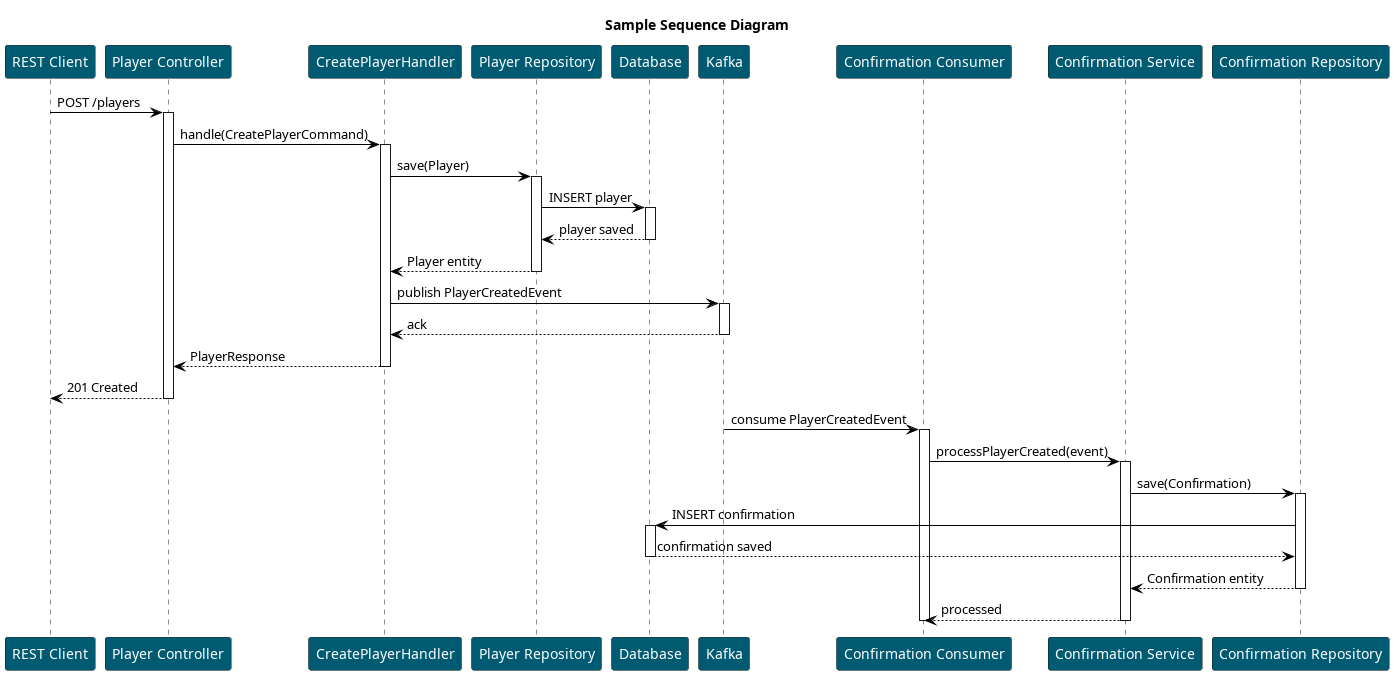
labcabrera/sample-spring-boot-loki-integration keeps this PlantUML diagram as archetype-spring-cloud-stream-vertical/images/sample-sequence.png. Above is the earlier version.
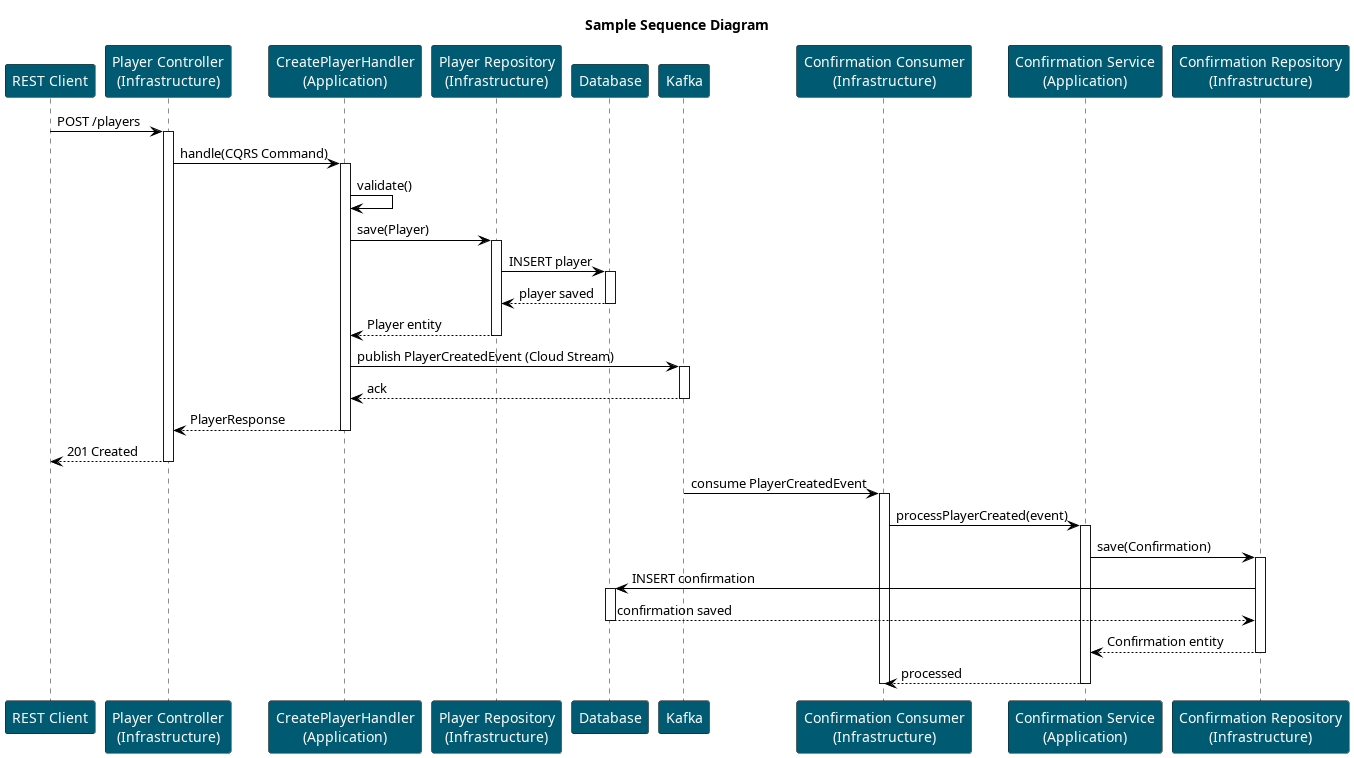
The same diagram one commit later.

What changed in the source:
```diff
@@ -6,21 +6,22 @@
 skinparam ArrowColor #000000
 
 participant "REST Client" as Client
-participant "Player Controller" as PlayerCtrl
-participant "CreatePlayerHandler" as PlayerHandler
-participant "Player Repository" as PlayerRepo
+participant "Player Controller\n(Infrastructure)" as PlayerCtrl
+participant "CreatePlayerHandler\n(Application)" as PlayerHandler
+participant "Player Repository\n(Infrastructure)" as PlayerRepo
 participant "Database" as DB
 participant "Kafka" as Kafka
-participant "Confirmation Consumer" as ConfConsumer
-participant "Confirmation Service" as ConfService
-participant "Confirmation Repository" as ConfRepo
+participant "Confirmation Consumer\n(Infrastructure)" as ConfConsumer
+participant "Confirmation Service\n(Application)" as ConfService
+participant "Confirmation Repository\n(Infrastructure)" as ConfRepo
 
 Client -> PlayerCtrl: POST /players
 activate PlayerCtrl
 
-PlayerCtrl -> PlayerHandler: handle(CreatePlayerCommand)
+PlayerCtrl -> PlayerHandler: handle(CQRS Command)
 activate PlayerHandler
 
+PlayerHandler -> PlayerHandler: validate()
 PlayerHandler -> PlayerRepo: save(Player)
 activate PlayerRepo
 PlayerRepo -> DB: INSERT player
@@ -30,7 +31,7 @@
 PlayerRepo --> PlayerHandler: Player entity
 deactivate PlayerRepo
 
-PlayerHandler -> Kafka: publish PlayerCreatedEvent
+PlayerHandler -> Kafka: publish PlayerCreatedEvent (Cloud Stream)
 activate Kafka
 Kafka --> PlayerHandler: ack
 deactivate Kafka
```
